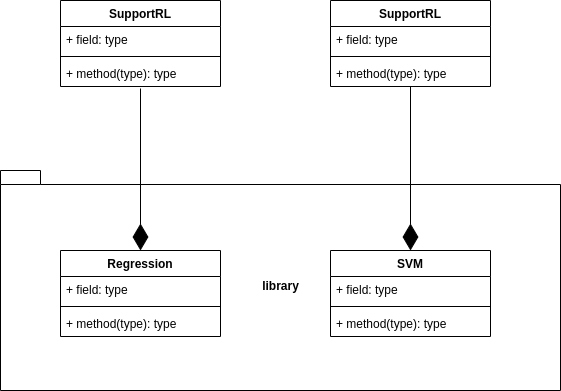
Above: Diagrams/Classes_diagrams/tool_model.png in teamafkSWE/PredireInGrafana-docs (draw.io), before the change. Source tidied: cells renumbered, new cells last; positions are measured from the earlier drawing's top-left corner, leaving out a move shared by most shapes.
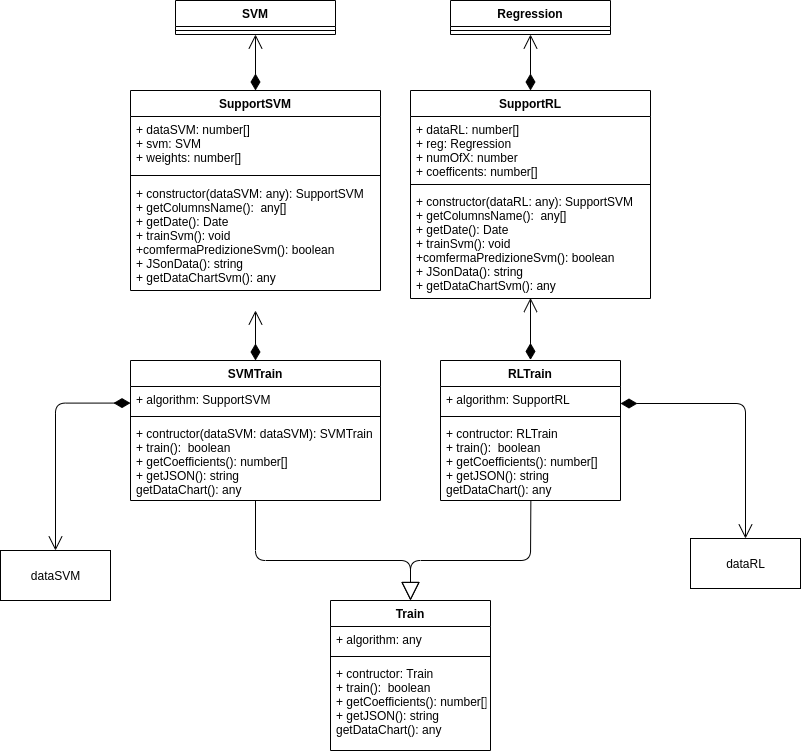
The same file after the commit.

Diff of the diagram source:
```diff
@@ -2,62 +2,127 @@
   <root>
     <mxCell id="0" />
     <mxCell id="1" parent="0" />
-    <mxCell id="2" value="library" style="shape=folder;fontStyle=1;spacingTop=10;tabWidth=40;tabHeight=14;tabPosition=left;html=1;" parent="1" vertex="1">
-      <mxGeometry y="170" width="560" height="220" as="geometry" />
-    </mxCell>
-    <mxCell id="3" value="Regression" style="swimlane;fontStyle=1;align=center;verticalAlign=top;horizontal=1;startSize=26;" parent="1" vertex="1">
-      <mxGeometry x="60" y="250" width="160" height="86" as="geometry" />
-    </mxCell>
-    <mxCell id="4" value="+ field: type" style="text;strokeColor=none;fillColor=none;align=left;verticalAlign=top;spacingLeft=4;spacingRight=4;overflow=hidden;" parent="3" vertex="1">
-      <mxGeometry y="26" width="160" height="26" as="geometry" />
-    </mxCell>
-    <mxCell id="5" style="line;strokeWidth=1;fillColor=none;align=left;verticalAlign=middle;spacingTop=-1;spacingLeft=3;spacingRight=3;labelPosition=right;" parent="3" vertex="1">
-      <mxGeometry y="52" width="160" height="8" as="geometry" />
-    </mxCell>
-    <mxCell id="6" value="+ method(type): type" style="text;strokeColor=none;fillColor=none;align=left;verticalAlign=top;spacingLeft=4;spacingRight=4;overflow=hidden;points=[[0,0.5],[1,0.5]];portConstraint=eastwest;" parent="3" vertex="1">
-      <mxGeometry y="60" width="160" height="26" as="geometry" />
-    </mxCell>
-    <mxCell id="7" value="SVM" style="swimlane;fontStyle=1;align=center;verticalAlign=top;horizontal=1;startSize=26;" parent="1" vertex="1">
-      <mxGeometry x="330" y="250" width="160" height="86" as="geometry" />
+    <mxCell id="7" value="SupportSVM" style="swimlane;fontStyle=1;align=center;verticalAlign=top;horizontal=1;startSize=26;" parent="1" vertex="1">
+      <mxGeometry width="250" height="200" as="geometry" />
     </mxCell>
-    <mxCell id="8" value="+ field: type" style="text;strokeColor=none;fillColor=none;align=left;verticalAlign=top;spacingLeft=4;spacingRight=4;overflow=hidden;" parent="7" vertex="1">
-      <mxGeometry y="26" width="160" height="26" as="geometry" />
+    <mxCell id="8" value="+ dataSVM: number[]&#10;+ svm: SVM&#10;+ weights: number[]&#10;" style="text;strokeColor=none;fillColor=none;align=left;verticalAlign=top;spacingLeft=4;spacingRight=4;overflow=hidden;" parent="7" vertex="1">
+      <mxGeometry y="26" width="250" height="54" as="geometry" />
     </mxCell>
     <mxCell id="9" style="line;strokeWidth=1;fillColor=none;align=left;verticalAlign=middle;spacingTop=-1;spacingLeft=3;spacingRight=3;labelPosition=right;" parent="7" vertex="1">
-      <mxGeometry y="52" width="160" height="8" as="geometry" />
+      <mxGeometry y="80" width="250" height="10" as="geometry" />
     </mxCell>
-    <mxCell id="10" value="+ method(type): type" style="text;strokeColor=none;fillColor=none;align=left;verticalAlign=top;spacingLeft=4;spacingRight=4;overflow=hidden;" parent="7" vertex="1">
-      <mxGeometry y="60" width="160" height="26" as="geometry" />
+    <mxCell id="10" value="+ constructor(dataSVM: any): SupportSVM&#10;+ getColumnsName():  any[]&#10;+ getDate(): Date&#10;+ trainSvm(): void&#10;+comfermaPredizioneSvm(): boolean&#10;+ JSonData(): string&#10;+ getDataChartSvm(): any" style="text;strokeColor=none;fillColor=none;align=left;verticalAlign=top;spacingLeft=4;spacingRight=4;overflow=hidden;" parent="7" vertex="1">
+      <mxGeometry y="90" width="250" height="110" as="geometry" />
     </mxCell>
-    <mxCell id="11" value="SupportRL" style="swimlane;fontStyle=1;align=center;verticalAlign=top;horizontal=1;startSize=26;" parent="1" vertex="1">
-      <mxGeometry x="60" width="160" height="86" as="geometry" />
+    <mxCell id="11" value="RLTrain" style="swimlane;fontStyle=1;align=center;verticalAlign=top;horizontal=1;startSize=26;" parent="1" vertex="1">
+      <mxGeometry x="310" y="270" width="180" height="140" as="geometry" />
     </mxCell>
-    <mxCell id="12" value="+ field: type" style="text;strokeColor=none;fillColor=none;align=left;verticalAlign=top;spacingLeft=4;spacingRight=4;overflow=hidden;" parent="11" vertex="1">
-      <mxGeometry y="26" width="160" height="26" as="geometry" />
+    <mxCell id="12" value="+ algorithm: SupportRL" style="text;strokeColor=none;fillColor=none;align=left;verticalAlign=top;spacingLeft=4;spacingRight=4;overflow=hidden;" parent="11" vertex="1">
+      <mxGeometry y="26" width="180" height="26" as="geometry" />
     </mxCell>
     <mxCell id="13" style="line;strokeWidth=1;fillColor=none;align=left;verticalAlign=middle;spacingTop=-1;spacingLeft=3;spacingRight=3;labelPosition=right;" parent="11" vertex="1">
-      <mxGeometry y="52" width="160" height="8" as="geometry" />
+      <mxGeometry y="52" width="180" height="8" as="geometry" />
     </mxCell>
-    <mxCell id="14" value="+ method(type): type" style="text;strokeColor=none;fillColor=none;align=left;verticalAlign=top;spacingLeft=4;spacingRight=4;overflow=hidden;points=[[0,0.5],[1,0.5]];portConstraint=eastwest;" parent="11" vertex="1">
-      <mxGeometry y="60" width="160" height="26" as="geometry" />
+    <mxCell id="14" value="+ contructor: RLTrain&#10;+ train():  boolean&#10;+ getCoefficients(): number[] &#10;+ getJSON(): string&#10;getDataChart(): any&#10;" style="text;strokeColor=none;fillColor=none;align=left;verticalAlign=top;spacingLeft=4;spacingRight=4;overflow=hidden;points=[[0,0.5],[1,0.5]];portConstraint=eastwest;" parent="11" vertex="1">
+      <mxGeometry y="60" width="180" height="80" as="geometry" />
     </mxCell>
+    <mxCell id="21" style="endArrow=block;endSize=16;endFill=0;html=1;exitX=0.502;exitY=1;exitDx=0;exitDy=0;exitPerimeter=0;entryX=0.5;entryY=0;entryDx=0;entryDy=0;" parent="1" edge="1" source="14" target="32">
+      <mxGeometry relative="1" as="geometry">
+        <Array as="points">
+          <mxPoint x="400" y="470" />
+          <mxPoint x="280" y="470" />
+        </Array>
+      </mxGeometry>
+    </mxCell>
+    <mxCell id="22" value="Regression" style="swimlane;fontStyle=1;align=center;verticalAlign=top;horizontal=1;startSize=26;" parent="1" vertex="1">
+      <mxGeometry x="320" y="-90" width="160" height="34" as="geometry" />
+    </mxCell>
+    <mxCell id="23" style="line;strokeWidth=1;fillColor=none;align=left;verticalAlign=middle;spacingTop=-1;spacingLeft=3;spacingRight=3;labelPosition=right;" parent="22" vertex="1">
+      <mxGeometry y="26" width="160" height="8" as="geometry" />
+    </mxCell>
+    <mxCell id="24" value="dataSVM" style="html=1;align=center;" parent="1" vertex="1">
+      <mxGeometry x="-130" y="460" width="110" height="50" as="geometry" />
+    </mxCell>
+    <mxCell id="25" value="dataRL" style="html=1;align=center;" parent="1" vertex="1">
+      <mxGeometry x="560" y="448" width="110" height="50" as="geometry" />
+    </mxCell>
+    <mxCell id="26" style="endArrow=open;html=1;endSize=12;startArrow=diamondThin;startSize=14;startFill=1;edgeStyle=orthogonalEdgeStyle;align=left;verticalAlign=bottom;" parent="1" edge="1" target="25">
+      <mxGeometry x="-1" y="3" relative="1" as="geometry">
+        <mxPoint x="490" y="313" as="sourcePoint" />
+      </mxGeometry>
+    </mxCell>
+    <mxCell id="27" style="endArrow=open;html=1;endSize=12;startArrow=diamondThin;startSize=14;startFill=1;edgeStyle=orthogonalEdgeStyle;align=left;verticalAlign=bottom;entryX=0.5;entryY=0.995;entryDx=0;entryDy=0;entryPerimeter=0;" parent="1" edge="1" target="6">
+      <mxGeometry x="-1" y="3" relative="1" as="geometry">
+        <mxPoint x="400" y="269.4" as="sourcePoint" />
+      </mxGeometry>
+    </mxCell>
+    <mxCell id="28" style="endArrow=open;html=1;endSize=12;startArrow=diamondThin;startSize=14;startFill=1;edgeStyle=orthogonalEdgeStyle;align=left;verticalAlign=bottom;entryX=0.5;entryY=1;entryDx=0;entryDy=0;exitX=0.5;exitY=0;exitDx=0;exitDy=0;" parent="1" edge="1" source="7" target="30">
+      <mxGeometry x="-1" y="3" relative="1" as="geometry" />
+    </mxCell>
+    <mxCell id="29" style="endArrow=open;html=1;endSize=12;startArrow=diamondThin;startSize=14;startFill=1;edgeStyle=orthogonalEdgeStyle;align=left;verticalAlign=bottom;entryX=0.5;entryY=1;entryDx=0;entryDy=0;" parent="1" edge="1" source="3" target="22">
+      <mxGeometry x="-1" y="3" relative="1" as="geometry" />
+    </mxCell>
+    <mxCell id="3" value="SupportRL" style="swimlane;fontStyle=1;align=center;verticalAlign=top;horizontal=1;startSize=26;" parent="1" vertex="1">
+      <mxGeometry x="280" width="240" height="208" as="geometry" />
+    </mxCell>
+    <mxCell id="4" value="+ dataRL: number[]&#10;+ reg: Regression&#10;+ numOfX: number&#10;+ coefficents: number[]" style="text;strokeColor=none;fillColor=none;align=left;verticalAlign=top;spacingLeft=4;spacingRight=4;overflow=hidden;" parent="3" vertex="1">
+      <mxGeometry y="26" width="240" height="64" as="geometry" />
+    </mxCell>
+    <mxCell id="5" style="line;strokeWidth=1;fillColor=none;align=left;verticalAlign=middle;spacingTop=-1;spacingLeft=3;spacingRight=3;labelPosition=right;" parent="3" vertex="1">
+      <mxGeometry y="90" width="240" height="8" as="geometry" />
+    </mxCell>
+    <mxCell id="6" value="+ constructor(dataRL: any): SupportSVM&#10;+ getColumnsName():  any[]&#10;+ getDate(): Date&#10;+ trainSvm(): void&#10;+comfermaPredizioneSvm(): boolean&#10;+ JSonData(): string&#10;+ getDataChartSvm(): any" style="text;strokeColor=none;fillColor=none;align=left;verticalAlign=top;spacingLeft=4;spacingRight=4;overflow=hidden;points=[[0,0.5],[1,0.5]];portConstraint=eastwest;" parent="3" vertex="1">
+      <mxGeometry y="98" width="240" height="110" as="geometry" />
+    </mxCell>
+    <mxCell id="30" value="SVM" style="swimlane;fontStyle=1;align=center;verticalAlign=top;horizontal=1;startSize=26;" parent="1" vertex="1">
+      <mxGeometry x="45" y="-90" width="160" height="34" as="geometry" />
+    </mxCell>
+    <mxCell id="31" style="line;strokeWidth=1;fillColor=none;align=left;verticalAlign=middle;spacingTop=-1;spacingLeft=3;spacingRight=3;labelPosition=right;" parent="30" vertex="1">
+      <mxGeometry y="26" width="160" height="8" as="geometry" />
+    </mxCell>
+    <mxCell id="32" value="Train" style="swimlane;fontStyle=1;align=center;verticalAlign=top;horizontal=1;startSize=26;" parent="1" vertex="1">
+      <mxGeometry x="200" y="510" width="160" height="150" as="geometry" />
+    </mxCell>
+    <mxCell id="33" style="endArrow=block;endSize=16;endFill=0;html=1;" parent="32" edge="1" source="18">
+      <mxGeometry relative="1" as="geometry">
+        <mxPoint x="80" as="targetPoint" />
+        <Array as="points">
+          <mxPoint x="-75" y="-40" />
+          <mxPoint x="80" y="-40" />
+        </Array>
+      </mxGeometry>
+    </mxCell>
+    <mxCell id="34" value="+ algorithm: any" style="text;strokeColor=none;fillColor=none;align=left;verticalAlign=top;spacingLeft=4;spacingRight=4;overflow=hidden;" parent="32" vertex="1">
+      <mxGeometry y="26" width="160" height="26" as="geometry" />
+    </mxCell>
+    <mxCell id="35" style="line;strokeWidth=1;fillColor=none;align=left;verticalAlign=middle;spacingTop=-1;spacingLeft=3;spacingRight=3;labelPosition=right;" parent="32" vertex="1">
+      <mxGeometry y="52" width="160" height="8" as="geometry" />
+    </mxCell>
+    <mxCell id="36" value="+ contructor: Train&#10;+ train():  boolean&#10;+ getCoefficients(): number[] &#10;+ getJSON(): string&#10;getDataChart(): any&#10;" style="text;strokeColor=none;fillColor=none;align=left;verticalAlign=top;spacingLeft=4;spacingRight=4;overflow=hidden;" parent="32" vertex="1">
+      <mxGeometry y="60" width="160" height="90" as="geometry" />
+    </mxCell>
-    <mxCell id="15" value="SupportRL" style="swimlane;fontStyle=1;align=center;verticalAlign=top;horizontal=1;startSize=26;" parent="1" vertex="1">
-      <mxGeometry x="330" width="160" height="86" as="geometry" />
+    <mxCell id="15" value="SVMTrain" style="swimlane;fontStyle=1;align=center;verticalAlign=top;horizontal=1;startSize=26;" parent="1" vertex="1">
+      <mxGeometry y="270" width="250" height="140" as="geometry" />
     </mxCell>
-    <mxCell id="16" value="+ field: type" style="text;strokeColor=none;fillColor=none;align=left;verticalAlign=top;spacingLeft=4;spacingRight=4;overflow=hidden;" parent="15" vertex="1">
-      <mxGeometry y="26" width="160" height="26" as="geometry" />
+    <mxCell id="16" value="+ algorithm: SupportSVM" style="text;strokeColor=none;fillColor=none;align=left;verticalAlign=top;spacingLeft=4;spacingRight=4;overflow=hidden;" parent="15" vertex="1">
+      <mxGeometry y="26" width="250" height="26" as="geometry" />
     </mxCell>
+    <mxCell id="37" style="endArrow=open;html=1;endSize=12;startArrow=diamondThin;startSize=14;startFill=1;edgeStyle=orthogonalEdgeStyle;align=left;verticalAlign=bottom;" parent="15" edge="1" target="24">
+      <mxGeometry x="-1" y="3" relative="1" as="geometry">
+        <mxPoint y="42.6" as="sourcePoint" />
+      </mxGeometry>
+    </mxCell>
     <mxCell id="17" style="line;strokeWidth=1;fillColor=none;align=left;verticalAlign=middle;spacingTop=-1;spacingLeft=3;spacingRight=3;labelPosition=right;" parent="15" vertex="1">
-      <mxGeometry y="52" width="160" height="8" as="geometry" />
+      <mxGeometry y="52" width="250" height="8" as="geometry" />
     </mxCell>
-    <mxCell id="18" value="+ method(type): type" style="text;strokeColor=none;fillColor=none;align=left;verticalAlign=top;spacingLeft=4;spacingRight=4;overflow=hidden;points=[[0,0.5],[1,0.5]];portConstraint=eastwest;" parent="15" vertex="1">
-      <mxGeometry y="60" width="160" height="26" as="geometry" />
+    <mxCell id="18" value="+ contructor(dataSVM: dataSVM): SVMTrain&#10;+ train():  boolean&#10;+ getCoefficients(): number[] &#10;+ getJSON(): string&#10;getDataChart(): any&#10;" style="text;strokeColor=none;fillColor=none;align=left;verticalAlign=top;spacingLeft=4;spacingRight=4;overflow=hidden;points=[[0,0.5],[1,0.5]];portConstraint=eastwest;" parent="15" vertex="1">
+      <mxGeometry y="60" width="250" height="80" as="geometry" />
     </mxCell>
-    <mxCell id="19" style="endArrow=diamondThin;endFill=1;endSize=24;html=1;exitX=0.5;exitY=1.077;exitDx=0;exitDy=0;exitPerimeter=0;" parent="1" edge="1" source="14" target="3">
-      <mxGeometry relative="1" as="geometry" />
-    </mxCell>
-    <mxCell id="20" style="endArrow=diamondThin;endFill=1;endSize=24;html=1;" parent="1" edge="1" source="18" target="7">
-      <mxGeometry relative="1" as="geometry" />
-    </mxCell>
+    <mxCell id="38" style="endArrow=open;html=1;endSize=12;startArrow=diamondThin;startSize=14;startFill=1;edgeStyle=orthogonalEdgeStyle;align=left;verticalAlign=bottom;" parent="1" edge="1">
+      <mxGeometry x="-1" y="3" relative="1" as="geometry">
+        <mxPoint x="125" y="270" as="sourcePoint" />
+        <mxPoint x="125" y="220" as="targetPoint" />
+      </mxGeometry>
+    </mxCell>
   </root>
 </mxGraphModel>
```
